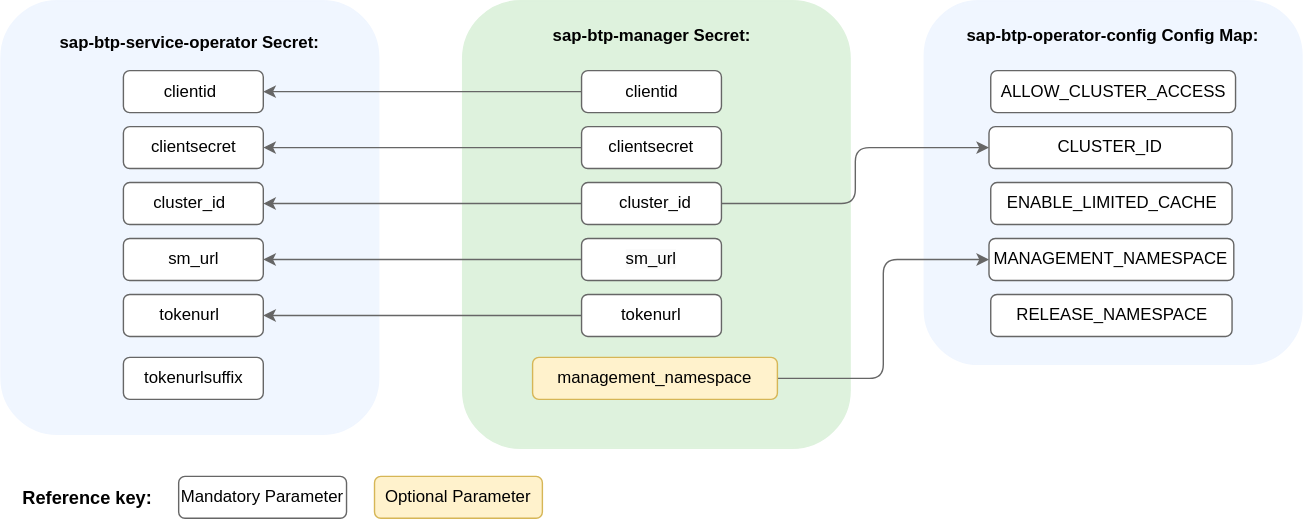
Before: docs/assets/module_credentials_customized.drawio.svg, a diagram exported from draw.io (kyma-project/btp-manager). Source tidied: cells renumbered, new cells last; positions are measured from the earlier drawing's top-left corner, leaving out a move shared by most shapes.
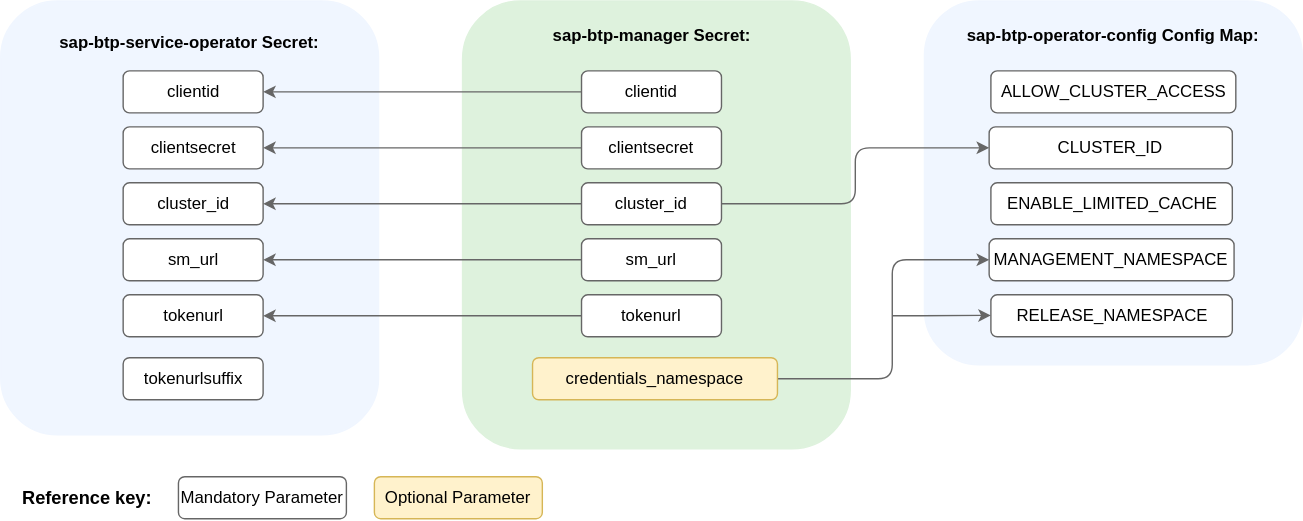
The same file after the commit.

Commit message:
Adjust secret customization doc and diagram

The edit, as a diff of the source:
```diff
@@ -8,19 +8,19 @@
     <mxCell id="3" style="rounded=1;whiteSpace=wrap;html=1;strokeColor=#f0f6ff;fillColor=#f0f6ff;" parent="1" vertex="1">
       <mxGeometry width="270" height="310" as="geometry" />
     </mxCell>
-    <mxCell id="4" style="rounded=1;whiteSpace=wrap;html=1;strokeColor=#666666;" parent="1" vertex="1">
+    <mxCell id="4" value="&lt;span style=&quot;text-align: left;&quot;&gt;tokenurl&lt;/span&gt;" style="rounded=1;whiteSpace=wrap;html=1;strokeColor=#666666;fillColor=#FFFFFF;" parent="1" vertex="1">
       <mxGeometry x="87.5" y="210" width="100" height="30" as="geometry" />
     </mxCell>
-    <mxCell id="5" value="&lt;span style=&quot;text-align: left;&quot;&gt;sm_url&lt;/span&gt;" style="rounded=1;whiteSpace=wrap;html=1;strokeColor=#666666;" parent="1" vertex="1">
+    <mxCell id="5" value="&lt;span style=&quot;text-align: left;&quot;&gt;sm_url&lt;/span&gt;" style="rounded=1;whiteSpace=wrap;html=1;strokeColor=#666666;fillColor=#FFFFFF;" parent="1" vertex="1">
       <mxGeometry x="87.5" y="170" width="100" height="30" as="geometry" />
     </mxCell>
-    <mxCell id="6" style="rounded=1;whiteSpace=wrap;html=1;strokeColor=#666666;" parent="1" vertex="1">
+    <mxCell id="6" value="&lt;span style=&quot;text-align: left;&quot;&gt;cluster_id&lt;/span&gt;" style="rounded=1;whiteSpace=wrap;html=1;strokeColor=#666666;fillColor=#FFFFFF;" parent="1" vertex="1">
       <mxGeometry x="87.5" y="130" width="100" height="30" as="geometry" />
     </mxCell>
-    <mxCell id="7" style="rounded=1;whiteSpace=wrap;html=1;strokeColor=#666666;" parent="1" vertex="1">
+    <mxCell id="7" value="&lt;span style=&quot;text-align: left;&quot;&gt;clientsecret&lt;/span&gt;" style="rounded=1;whiteSpace=wrap;html=1;strokeColor=#666666;fillColor=#FFFFFF;" parent="1" vertex="1">
       <mxGeometry x="87.5" y="90" width="100" height="30" as="geometry" />
     </mxCell>
-    <mxCell id="8" style="rounded=1;whiteSpace=wrap;html=1;strokeColor=#666666;" parent="1" vertex="1">
+    <mxCell id="8" value="&lt;span style=&quot;text-align: left;&quot;&gt;clientid&lt;/span&gt;" style="rounded=1;whiteSpace=wrap;html=1;strokeColor=#666666;fillColor=#FFFFFF;" parent="1" vertex="1">
       <mxGeometry x="87.5" y="50" width="100" height="30" as="geometry" />
     </mxCell>
     <mxCell id="9" style="rounded=1;whiteSpace=wrap;html=1;strokeColor=#def2dd;fillColor=#def2dd;" parent="1" vertex="1">
@@ -32,94 +32,72 @@
     <mxCell id="11" style="edgeStyle=orthogonalEdgeStyle;rounded=1;jettySize=auto;html=1;entryX=1;entryY=0.5;entryDx=0;entryDy=0;curved=0;strokeColor=#666666;" parent="1" edge="1" source="12" target="8">
       <mxGeometry relative="1" as="geometry" />
     </mxCell>
-    <mxCell id="12" style="rounded=1;whiteSpace=wrap;html=1;strokeColor=#666666;" parent="1" vertex="1">
+    <mxCell id="12" value="&lt;span style=&quot;text-align: left;&quot;&gt;clientid&lt;/span&gt;" style="rounded=1;whiteSpace=wrap;html=1;strokeColor=#666666;fillColor=#FFFFFF;" parent="1" vertex="1">
       <mxGeometry x="415" y="50" width="100" height="30" as="geometry" />
     </mxCell>
-    <mxCell id="13" style="rounded=1;whiteSpace=wrap;html=1;strokeColor=#666666;" parent="1" vertex="1">
+    <mxCell id="13" value="&lt;span style=&quot;text-align: left;&quot;&gt;clientsecret&lt;/span&gt;" style="rounded=1;whiteSpace=wrap;html=1;strokeColor=#666666;fillColor=#FFFFFF;" parent="1" vertex="1">
       <mxGeometry x="415" y="90" width="100" height="30" as="geometry" />
     </mxCell>
     <mxCell id="14" style="edgeStyle=orthogonalEdgeStyle;rounded=1;jettySize=auto;html=1;entryX=1;entryY=0.5;entryDx=0;entryDy=0;curved=0;strokeColor=#666666;" parent="1" edge="1" source="15" target="6">
       <mxGeometry relative="1" as="geometry" />
     </mxCell>
-    <mxCell id="15" style="rounded=1;whiteSpace=wrap;html=1;strokeColor=#666666;" parent="1" vertex="1">
+    <mxCell id="15" value="&lt;span style=&quot;text-align: left;&quot;&gt;cluster_id&lt;/span&gt;" style="rounded=1;whiteSpace=wrap;html=1;strokeColor=#666666;fillColor=#FFFFFF;" parent="1" vertex="1">
       <mxGeometry x="415" y="130" width="100" height="30" as="geometry" />
     </mxCell>
-    <mxCell id="16" style="rounded=1;whiteSpace=wrap;html=1;strokeColor=#666666;" parent="1" vertex="1">
+    <mxCell id="16" value="&lt;span style=&quot;text-align: left;&quot;&gt;sm_url&lt;/span&gt;" style="rounded=1;whiteSpace=wrap;html=1;strokeColor=#666666;fillColor=#FFFFFF;" parent="1" vertex="1">
       <mxGeometry x="415" y="170" width="100" height="30" as="geometry" />
     </mxCell>
     <mxCell id="17" style="edgeStyle=orthogonalEdgeStyle;rounded=1;jettySize=auto;html=1;entryX=1;entryY=0.5;entryDx=0;entryDy=0;curved=0;strokeColor=#666666;" parent="1" edge="1" source="18" target="4">
       <mxGeometry relative="1" as="geometry" />
     </mxCell>
-    <mxCell id="18" style="rounded=1;whiteSpace=wrap;html=1;strokeColor=#666666;" parent="1" vertex="1">
+    <mxCell id="18" value="&lt;span style=&quot;text-align: left;&quot;&gt;tokenurl&lt;/span&gt;" style="rounded=1;whiteSpace=wrap;html=1;strokeColor=#666666;fillColor=#FFFFFF;" parent="1" vertex="1">
       <mxGeometry x="415" y="210" width="100" height="30" as="geometry" />
     </mxCell>
     <mxCell id="19" style="edgeStyle=orthogonalEdgeStyle;rounded=1;jettySize=auto;html=1;entryX=1;entryY=0.5;entryDx=0;entryDy=0;exitX=0;exitY=0.5;exitDx=0;exitDy=0;curved=0;strokeColor=#666666;" parent="1" edge="1" source="13" target="7">
       <mxGeometry relative="1" as="geometry" />
     </mxCell>
-    <mxCell id="20" value="&lt;div style=&quot;text-align: left;&quot;&gt;clientsecret&lt;/div&gt;" style="text;html=1;align=center;verticalAlign=middle;whiteSpace=wrap;rounded=0;" parent="1" vertex="1">
-      <mxGeometry x="425" y="95" width="80" height="20" as="geometry" />
-    </mxCell>
-    <mxCell id="21" value="&lt;span style=&quot;text-align: left;&quot;&gt;clientid&lt;/span&gt;" style="text;html=1;align=center;verticalAlign=middle;whiteSpace=wrap;rounded=0;" parent="1" vertex="1">
-      <mxGeometry x="427.5" y="55" width="75" height="20" as="geometry" />
-    </mxCell>
     <mxCell id="22" style="edgeStyle=orthogonalEdgeStyle;rounded=1;jettySize=auto;html=1;entryX=0;entryY=0.5;entryDx=0;entryDy=0;exitX=1;exitY=0.5;exitDx=0;exitDy=0;curved=0;strokeColor=#666666;" parent="1" edge="1" source="15" target="38">
       <mxGeometry relative="1" as="geometry" />
     </mxCell>
-    <mxCell id="23" value="&lt;div style=&quot;text-align: left;&quot;&gt;cluster_id&lt;br&gt;&lt;/div&gt;" style="text;html=1;align=center;verticalAlign=middle;whiteSpace=wrap;rounded=0;" parent="1" vertex="1">
-      <mxGeometry x="427.5" y="135" width="80" height="20" as="geometry" />
-    </mxCell>
     <mxCell id="24" style="edgeStyle=orthogonalEdgeStyle;rounded=1;jettySize=auto;html=1;entryX=1;entryY=0.5;entryDx=0;entryDy=0;exitX=0;exitY=0.5;exitDx=0;exitDy=0;curved=0;strokeColor=#666666;" parent="1" edge="1" source="16" target="5">
       <mxGeometry relative="1" as="geometry" />
     </mxCell>
-    <mxCell id="25" value="&lt;meta charset=&quot;utf-8&quot;&gt;&lt;span style=&quot;color: rgb(0, 0, 0); font-family: Helvetica; font-size: 12px; font-style: normal; font-variant-ligatures: normal; font-variant-caps: normal; font-weight: 400; letter-spacing: normal; orphans: 2; text-align: left; text-indent: 0px; text-transform: none; widows: 2; word-spacing: 0px; -webkit-text-stroke-width: 0px; white-space: normal; background-color: rgb(251, 251, 251); text-decoration-thickness: initial; text-decoration-style: initial; text-decoration-color: initial; display: inline !important; float: none;&quot;&gt;sm_url&lt;/span&gt;" style="text;html=1;align=center;verticalAlign=middle;whiteSpace=wrap;rounded=0;" parent="1" vertex="1">
-      <mxGeometry x="425" y="175" width="80" height="20" as="geometry" />
-    </mxCell>
-    <mxCell id="26" value="&lt;div style=&quot;text-align: left;&quot;&gt;tokenurl&lt;br&gt;&lt;/div&gt;" style="text;html=1;align=center;verticalAlign=middle;whiteSpace=wrap;rounded=0;" parent="1" vertex="1">
-      <mxGeometry x="425" y="215" width="80" height="20" as="geometry" />
-    </mxCell>
-    <mxCell id="27" value="&lt;div style=&quot;text-align: left;&quot;&gt;clientsecret&lt;/div&gt;" style="text;html=1;align=center;verticalAlign=middle;whiteSpace=wrap;rounded=0;" parent="1" vertex="1">
-      <mxGeometry x="97.5" y="95" width="80" height="20" as="geometry" />
-    </mxCell>
-    <mxCell id="28" value="&lt;span style=&quot;text-align: left;&quot;&gt;clientid&lt;/span&gt;" style="text;html=1;align=center;verticalAlign=middle;whiteSpace=wrap;rounded=0;" parent="1" vertex="1">
-      <mxGeometry x="97.5" y="55" width="75" height="20" as="geometry" />
-    </mxCell>
-    <mxCell id="29" value="&lt;div style=&quot;text-align: left;&quot;&gt;cluster_id&lt;br&gt;&lt;/div&gt;" style="text;html=1;align=center;verticalAlign=middle;whiteSpace=wrap;rounded=0;" parent="1" vertex="1">
-      <mxGeometry x="95" y="135" width="80" height="20" as="geometry" />
-    </mxCell>
-    <mxCell id="30" value="&lt;div style=&quot;text-align: left;&quot;&gt;tokenurl&lt;br&gt;&lt;/div&gt;" style="text;html=1;align=center;verticalAlign=middle;whiteSpace=wrap;rounded=0;" parent="1" vertex="1">
-      <mxGeometry x="95" y="215" width="80" height="20" as="geometry" />
-    </mxCell>
     <mxCell id="31" value="&lt;b&gt;sap-btp-service-operator Secret:&lt;/b&gt;" style="text;html=1;align=center;verticalAlign=middle;whiteSpace=wrap;rounded=0;" parent="1" vertex="1">
       <mxGeometry x="35" y="17.5" width="200" height="25" as="geometry" />
     </mxCell>
-    <mxCell id="32" value="&lt;span style=&quot;text-align: left;&quot;&gt;tokenurlsuffix&lt;/span&gt;" style="rounded=1;whiteSpace=wrap;html=1;strokeColor=#666666;" parent="1" vertex="1">
+    <mxCell id="32" value="&lt;span style=&quot;text-align: left;&quot;&gt;tokenurlsuffix&lt;/span&gt;" style="rounded=1;whiteSpace=wrap;html=1;strokeColor=#666666;fillColor=#FFFFFF;" parent="1" vertex="1">
       <mxGeometry x="87.5" y="255" width="100" height="30" as="geometry" />
     </mxCell>
-    <mxCell id="33" value="&lt;span style=&quot;text-align: left;&quot;&gt;ENABLE_LIMITED_CACHE&lt;/span&gt;" style="rounded=1;whiteSpace=wrap;html=1;strokeColor=#666666;" parent="1" vertex="1">
+    <mxCell id="33" value="&lt;span style=&quot;text-align: left;&quot;&gt;ENABLE_LIMITED_CACHE&lt;/span&gt;" style="rounded=1;whiteSpace=wrap;html=1;strokeColor=#666666;fillColor=#FFFFFF;" parent="1" vertex="1">
       <mxGeometry x="707.5" y="130" width="172.5" height="30" as="geometry" />
     </mxCell>
     <mxCell id="34" value="&lt;b style=&quot;text-align: left;&quot;&gt;sap-btp-operator-config Config Map:&lt;/b&gt;" style="text;html=1;align=center;verticalAlign=middle;whiteSpace=wrap;rounded=0;" parent="1" vertex="1">
       <mxGeometry x="685" y="10" width="220" height="30" as="geometry" />
     </mxCell>
-    <mxCell id="35" value="&lt;span style=&quot;text-align: left;&quot;&gt;MANAGEMENT_NAMESPACE&lt;/span&gt;" style="rounded=1;whiteSpace=wrap;html=1;strokeColor=#666666;" parent="1" vertex="1">
+    <mxCell id="35" value="&lt;span style=&quot;text-align: left;&quot;&gt;MANAGEMENT_NAMESPACE&lt;/span&gt;" style="rounded=1;whiteSpace=wrap;html=1;strokeColor=#666666;fillColor=#FFFFFF;" parent="1" vertex="1">
       <mxGeometry x="706.2" y="170" width="175" height="30" as="geometry" />
     </mxCell>
-    <mxCell id="36" value="&lt;span style=&quot;text-align: left;&quot;&gt;RELEASE_NAMESPACE&lt;/span&gt;" style="rounded=1;whiteSpace=wrap;html=1;strokeColor=#666666;" parent="1" vertex="1">
+    <mxCell id="36" value="&lt;span style=&quot;text-align: left;&quot;&gt;RELEASE_NAMESPACE&lt;/span&gt;" style="rounded=1;whiteSpace=wrap;html=1;strokeColor=#666666;fillColor=#FFFFFF;" parent="1" vertex="1">
       <mxGeometry x="707.5" y="210" width="172.5" height="30" as="geometry" />
     </mxCell>
-    <mxCell id="37" value="&lt;span style=&quot;text-align: left;&quot;&gt;ALLOW_CLUSTER_ACCESS&lt;/span&gt;" style="rounded=1;whiteSpace=wrap;html=1;strokeColor=#666666;" parent="1" vertex="1">
+    <mxCell id="37" value="&lt;span style=&quot;text-align: left;&quot;&gt;ALLOW_CLUSTER_ACCESS&lt;/span&gt;" style="rounded=1;whiteSpace=wrap;html=1;strokeColor=#666666;fillColor=#FFFFFF;" parent="1" vertex="1">
       <mxGeometry x="707.5" y="50" width="175" height="30" as="geometry" />
     </mxCell>
-    <mxCell id="38" value="&lt;span style=&quot;text-align: left;&quot;&gt;CLUSTER_ID&lt;/span&gt;" style="rounded=1;whiteSpace=wrap;html=1;strokeColor=#666666;" parent="1" vertex="1">
+    <mxCell id="38" value="&lt;span style=&quot;text-align: left;&quot;&gt;CLUSTER_ID&lt;/span&gt;" style="rounded=1;whiteSpace=wrap;html=1;strokeColor=#666666;fillColor=#FFFFFF;" parent="1" vertex="1">
       <mxGeometry x="706.2" y="90" width="173.8" height="30" as="geometry" />
     </mxCell>
     <mxCell id="39" style="edgeStyle=orthogonalEdgeStyle;rounded=1;jettySize=auto;html=1;entryX=0;entryY=0.5;entryDx=0;entryDy=0;strokeColor=#666666;curved=0;" parent="1" edge="1" source="40" target="35">
-      <mxGeometry relative="1" as="geometry" />
+      <mxGeometry relative="1" as="geometry">
+        <Array as="points">
+          <mxPoint x="637" y="270" />
+          <mxPoint x="637" y="185" />
+        </Array>
+      </mxGeometry>
     </mxCell>
-    <mxCell id="40" value="&lt;span style=&quot;text-align: left;&quot;&gt;management_namespace&lt;/span&gt;" style="rounded=1;whiteSpace=wrap;html=1;strokeColor=#d6b656;fillColor=#fff2cc;" parent="1" vertex="1">
+    <mxCell id="40" value="&lt;div style=&quot;text-align: left;&quot;&gt;&lt;span style=&quot;background-color: transparent;&quot;&gt;credentials_namespace&lt;/span&gt;&lt;/div&gt;" style="rounded=1;whiteSpace=wrap;html=1;strokeColor=#d6b656;fillColor=#fff2cc;" parent="1" vertex="1">
       <mxGeometry x="380" y="255" width="175" height="30" as="geometry" />
     </mxCell>
-    <mxCell id="41" value="Mandatory Parameter" style="rounded=1;whiteSpace=wrap;html=1;strokeColor=#666666;" parent="1" vertex="1">
+    <mxCell id="41" value="Mandatory Parameter" style="rounded=1;whiteSpace=wrap;html=1;strokeColor=#666666;fillColor=#FFFFFF;" parent="1" vertex="1">
       <mxGeometry x="127" y="340" width="120" height="30" as="geometry" />
     </mxCell>
     <mxCell id="42" value="Optional Parameter" style="rounded=1;whiteSpace=wrap;html=1;strokeColor=#d6b656;fillColor=#fff2cc;" parent="1" vertex="1">
@@ -128,5 +106,15 @@
     <mxCell id="43" value="&lt;b&gt;&lt;font style=&quot;font-size: 13px;&quot;&gt;Reference key:&lt;/font&gt;&lt;/b&gt;" style="text;html=1;align=center;verticalAlign=middle;whiteSpace=wrap;rounded=0;" parent="1" vertex="1">
       <mxGeometry x="7" y="340" width="110" height="30" as="geometry" />
     </mxCell>
+    <mxCell id="44" style="edgeStyle=orthogonalEdgeStyle;rounded=1;orthogonalLoop=1;jettySize=auto;html=1;strokeColor=#666666;curved=0;" parent="1" edge="1">
+      <mxGeometry relative="1" as="geometry">
+        <mxPoint x="637" y="225" as="sourcePoint" />
+        <mxPoint x="707.5" y="224.7" as="targetPoint" />
+        <Array as="points">
+          <mxPoint x="647.5" y="224.7" />
+          <mxPoint x="647.5" y="224.7" />
+        </Array>
+      </mxGeometry>
+    </mxCell>
   </root>
 </mxGraphModel>
```
